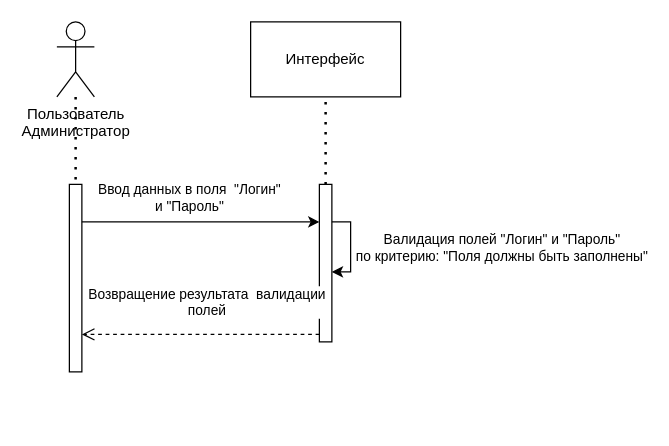
Earlier version of the draw.io diagram sequence_login-password.drawio (eva01pilot/plant-tissue-diagrams). Source tidied: cells renumbered, new cells numbered last; positions are measured from the earlier drawing's top-left corner, leaving out a move shared by most shapes. Both pictures are drawn from the tidied source at 125%, with x=0, y=0 at pixel (56, 21).
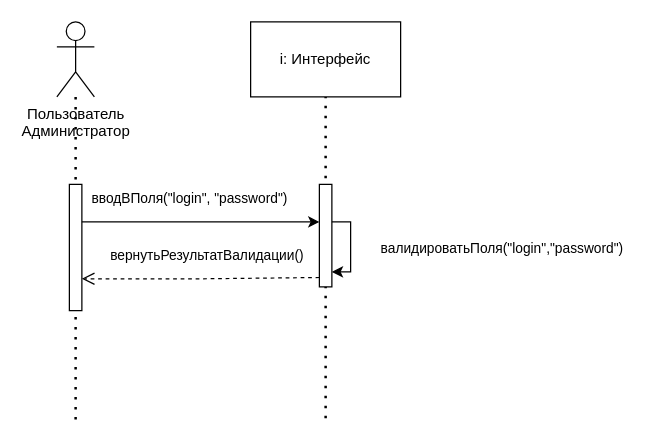
The same diagram, later.

Unchanged cells that the change refers to:
```xml
<mxCell id="2" value="&lt;div&gt;Пользователь&lt;/div&gt;&lt;div&gt;Администратор&lt;/div&gt;" style="shape=umlActor;verticalLabelPosition=bottom;verticalAlign=top;html=1;outlineConnect=0;align=center;horizontal=1;labelPosition=center;" parent="1" vertex="1">
  <mxGeometry width="30" height="60" as="geometry" />
</mxCell>
<mxCell id="6" style="endArrow=classic;html=1;rounded=0;" parent="1" edge="1" source="4" target="5">
  <mxGeometry relative="1" as="geometry">
    <Array as="points">
      <mxPoint x="90" y="160" />
    </Array>
  </mxGeometry>
</mxCell>
<mxCell id="10" style="endArrow=classic;html=1;rounded=0;" parent="1" edge="1" source="5" target="5">
  <mxGeometry relative="1" as="geometry">
    <Array as="points">
      <mxPoint x="235" y="160" />
      <mxPoint x="235" y="200" />
    </Array>
  </mxGeometry>
</mxCell>
```

Diff of the diagram source:
```diff
@@
+    <mxCell id="8" style="endArrow=none;dashed=1;html=1;dashPattern=1 3;strokeWidth=2;rounded=0;entryX=0.5;entryY=1;entryDx=0;entryDy=0;" parent="1" edge="1">
+      <mxGeometry relative="1" as="geometry">
+        <mxPoint x="215" y="317" as="sourcePoint" />
+        <mxPoint x="215" y="60" as="targetPoint" />
+      </mxGeometry>
+    </mxCell>
+    <mxCell id="9" style="endArrow=none;dashed=1;html=1;dashPattern=1 3;strokeWidth=2;rounded=0;" parent="1" edge="1" source="2">
+      <mxGeometry relative="1" as="geometry">
+        <mxPoint x="15" y="320" as="targetPoint" />
+      </mxGeometry>
+    </mxCell>
@@
-    <mxCell id="3" value="Интерфейс" style="rounded=0;whiteSpace=wrap;html=1;" parent="1" vertex="1">
+    <mxCell id="3" value="i: Интерфейс" style="rounded=0;whiteSpace=wrap;html=1;" parent="1" vertex="1">
       <mxGeometry x="155" width="120" height="60" as="geometry" />
     </mxCell>
     <mxCell id="4" style="html=1;points=[[0,0,0,0,5],[0,1,0,0,-5],[1,0,0,0,5],[1,1,0,0,-5]];perimeter=orthogonalPerimeter;outlineConnect=0;targetShapes=umlLifeline;portConstraint=eastwest;newEdgeStyle={&quot;curved&quot;:0,&quot;rounded&quot;:0};" parent="1" vertex="1">
-      <mxGeometry x="10" y="130" width="10" height="150" as="geometry" />
+      <mxGeometry x="10" y="130" width="10" height="101" as="geometry" />
     </mxCell>
     <mxCell id="5" style="html=1;points=[[0,0,0,0,5],[0,1,0,0,-5],[1,0,0,0,5],[1,1,0,0,-5]];perimeter=orthogonalPerimeter;outlineConnect=0;targetShapes=umlLifeline;portConstraint=eastwest;newEdgeStyle={&quot;curved&quot;:0,&quot;rounded&quot;:0};" parent="1" vertex="1">
-      <mxGeometry x="210" y="130" width="10" height="126" as="geometry" />
+      <mxGeometry x="210" y="130" width="10" height="82" as="geometry" />
     </mxCell>
@@
-    <mxCell id="7" value="&lt;div&gt;Ввод данных в поля&amp;nbsp; &quot;Логин&quot;&lt;/div&gt;&lt;div&gt;и &quot;Пароль&quot;&lt;br&gt;&lt;/div&gt;" style="edgeLabel;html=1;align=center;verticalAlign=middle;" parent="6" vertex="1">
+    <mxCell id="7" value="вводВПоля(&quot;login&quot;, &quot;password&quot;)" style="edgeLabel;html=1;align=center;verticalAlign=middle;" parent="6" vertex="1">
       <mxGeometry x="-0.23" y="1" relative="1" as="geometry">
         <mxPoint x="12" y="-19" as="offset" />
       </mxGeometry>
     </mxCell>
-    <mxCell id="8" style="endArrow=none;dashed=1;html=1;dashPattern=1 3;strokeWidth=2;rounded=0;entryX=0.5;entryY=1;entryDx=0;entryDy=0;" parent="1" edge="1">
-      <mxGeometry relative="1" as="geometry">
-        <mxPoint x="215" y="130" as="sourcePoint" />
-        <mxPoint x="215" y="60" as="targetPoint" />
-      </mxGeometry>
-    </mxCell>
-    <mxCell id="9" style="endArrow=none;dashed=1;html=1;dashPattern=1 3;strokeWidth=2;rounded=0;" parent="1" edge="1" source="2" target="4">
-      <mxGeometry relative="1" as="geometry" />
-    </mxCell>
@@
-    <mxCell id="11" value="&lt;div&gt;Валидация полей &quot;Логин&quot; и &quot;Пароль&quot;&lt;/div&gt;&lt;div&gt;по критерию: &quot;Поля должны быть заполнены&quot;&lt;br&gt;&lt;/div&gt;" style="edgeLabel;html=1;align=center;verticalAlign=middle;" parent="10" vertex="1">
+    <mxCell id="11" value="валидироватьПоля(&quot;login&quot;,&quot;password&quot;)" style="edgeLabel;html=1;align=center;verticalAlign=middle;" parent="10" vertex="1">
       <mxGeometry y="-2" relative="1" as="geometry">
         <mxPoint x="122" as="offset" />
       </mxGeometry>
     </mxCell>
-    <mxCell id="12" value="&lt;div&gt;Возвращение результата&amp;nbsp; валидации&lt;/div&gt;&lt;div&gt;полей&lt;br&gt;&lt;/div&gt;" style="html=1;verticalAlign=bottom;endArrow=open;dashed=1;endSize=8;curved=0;rounded=0;" parent="1" edge="1" source="5" target="4">
+    <mxCell id="12" value="вернутьРезультатВалидации()" style="html=1;verticalAlign=bottom;endArrow=open;dashed=1;endSize=8;curved=0;rounded=0;" parent="1" edge="1">
       <mxGeometry x="-0.05" y="-10" relative="1" as="geometry">
+        <mxPoint x="210" y="204.5" as="sourcePoint" />
+        <mxPoint x="20" y="205.5" as="targetPoint" />
         <Array as="points">
-          <mxPoint x="120" y="250" />
+          <mxPoint x="120" y="205.5" />
         </Array>
       </mxGeometry>
     </mxCell>
```
